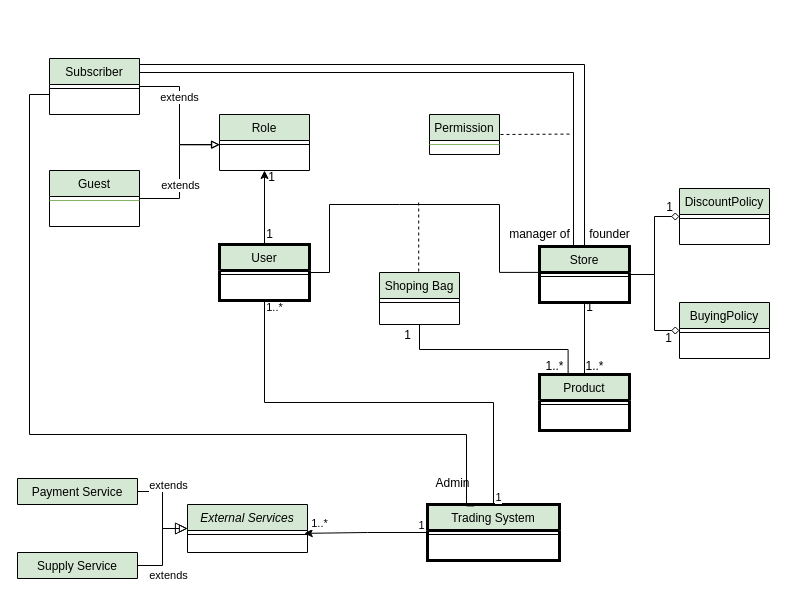
amitrub/Trading-System keeps this draw.io diagram as version_0/Split_Parts/WhiteDiagram/WhiteDiagram.drawio. Above is the earlier version. Source tidied: cells renumbered, new cells numbered last; positions are measured from the earlier drawing's top-left corner, leaving out a move shared by most shapes. Both pictures are drawn from the tidied source at 100%, with x=0, y=0 at pixel (17, 58).
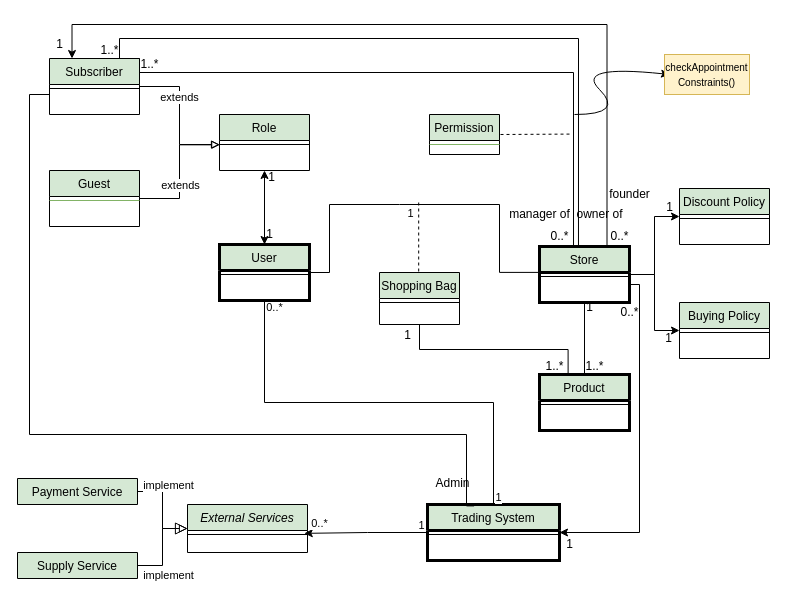
Above is the later version.

Unchanged cells that the change refers to:
```xml
<mxCell id="9" value="Trading System" style="swimlane;fontStyle=0;align=center;verticalAlign=top;horizontal=1;startSize=26;rounded=0;shadow=0;strokeWidth=3;fillColor=#d5e8d4;" parent="1" vertex="1">
  <mxGeometry x="410" y="446" width="132" height="56" as="geometry" />
</mxCell>
<mxCell id="11" style="edgeStyle=orthogonalEdgeStyle;rounded=0;jettySize=auto;html=1;exitX=0;exitY=0.5;exitDx=0;exitDy=0;entryX=0.973;entryY=0.357;entryDx=0;entryDy=0;entryPerimeter=0;" parent="1" edge="1" source="9" target="4">
  <mxGeometry relative="1" as="geometry" />
</mxCell>
<mxCell id="17" value="Store" style="swimlane;fontStyle=0;align=center;verticalAlign=top;horizontal=1;startSize=26;rounded=0;shadow=0;strokeWidth=3;fillColor=#d5e8d4;" parent="1" vertex="1">
  <mxGeometry x="522" y="188" width="90" height="56" as="geometry" />
</mxCell>
<mxCell id="19" value="Role" style="swimlane;fontStyle=0;align=center;verticalAlign=top;horizontal=1;startSize=26;rounded=0;shadow=0;strokeWidth=1;fillColor=#d5e8d4;" parent="1" vertex="1">
  <mxGeometry x="202" y="56" width="90" height="56" as="geometry" />
</mxCell>
<mxCell id="22" style="edgeStyle=orthogonalEdgeStyle;rounded=0;jettySize=auto;html=1;exitX=0.5;exitY=1;exitDx=0;exitDy=0;entryX=0.5;entryY=0;entryDx=0;entryDy=0;endArrow=none;endFill=0;" parent="1" edge="1" source="26" target="9">
  <mxGeometry relative="1" as="geometry" />
</mxCell>
<mxCell id="25" style="edgeStyle=orthogonalEdgeStyle;rounded=0;jettySize=auto;html=1;exitX=1;exitY=0.5;exitDx=0;exitDy=0;entryX=0.035;entryY=-0.013;entryDx=0;entryDy=0;entryPerimeter=0;endArrow=none;endFill=0;" parent="1" edge="1" source="26" target="18">
  <mxGeometry relative="1" as="geometry">
    <Array as="points">
      <mxPoint x="312" y="214" />
      <mxPoint x="312" y="146" />
      <mxPoint x="382" y="146" />
      <mxPoint x="482" y="146" />
      <mxPoint x="482" y="214" />
    </Array>
  </mxGeometry>
</mxCell>
<mxCell id="26" value="User" style="swimlane;fontStyle=0;align=center;verticalAlign=top;horizontal=1;startSize=26;rounded=0;shadow=0;strokeWidth=3;fillColor=#d5e8d4;" parent="1" vertex="1">
  <mxGeometry x="202" y="186" width="90" height="56" as="geometry" />
</mxCell>
<mxCell id="30" style="edgeStyle=orthogonalEdgeStyle;rounded=0;jettySize=auto;html=1;exitX=1;exitY=0.5;exitDx=0;exitDy=0;entryX=0;entryY=0.5;entryDx=0;entryDy=0;entryPerimeter=0;endArrow=block;endFill=0;" parent="1" edge="1" source="38" target="20">
  <mxGeometry relative="1" as="geometry" />
</mxCell>
<mxCell id="38" value="Subscriber" style="swimlane;fontStyle=0;align=center;verticalAlign=top;horizontal=1;startSize=26;rounded=0;shadow=0;strokeWidth=1;fillColor=#d5e8d4;" parent="1" vertex="1">
  <mxGeometry x="32" width="90" height="56" as="geometry" />
</mxCell>
```

Change to the diagram source:
```diff
@@
-    <mxCell id="13" value="1..*" style="edgeLabel;html=1;align=center;verticalAlign=middle;" parent="11" vertex="1">
+    <mxCell id="13" value="0..*" style="edgeLabel;html=1;align=center;verticalAlign=middle;" parent="11" vertex="1">
       <mxGeometry x="0.76" y="-5" relative="1" as="geometry">
         <mxPoint y="-4.9" as="offset" />
       </mxGeometry>
     </mxCell>
-    <mxCell id="14" style="edgeStyle=orthogonalEdgeStyle;rounded=0;jettySize=auto;html=1;exitX=1;exitY=0.5;exitDx=0;exitDy=0;entryX=0;entryY=0.5;entryDx=0;entryDy=0;endArrow=diamond;endFill=0;" parent="1" edge="1" source="17" target="45">
+    <mxCell id="14" style="edgeStyle=orthogonalEdgeStyle;rounded=0;jettySize=auto;html=1;exitX=1;exitY=0.5;exitDx=0;exitDy=0;entryX=0;entryY=0.5;entryDx=0;entryDy=0;endArrow=classic;endFill=1;" parent="1" edge="1" source="17" target="45">
       <mxGeometry relative="1" as="geometry" />
     </mxCell>
-    <mxCell id="15" style="edgeStyle=orthogonalEdgeStyle;rounded=0;jettySize=auto;html=1;exitX=1;exitY=0.5;exitDx=0;exitDy=0;entryX=0;entryY=0.5;entryDx=0;entryDy=0;endArrow=diamond;endFill=0;" parent="1" edge="1" source="17" target="43">
+    <mxCell id="15" style="edgeStyle=orthogonalEdgeStyle;rounded=0;jettySize=auto;html=1;exitX=1;exitY=0.5;exitDx=0;exitDy=0;entryX=0;entryY=0.5;entryDx=0;entryDy=0;endArrow=classic;endFill=1;" parent="1" edge="1" source="17" target="43">
       <mxGeometry relative="1" as="geometry" />
     </mxCell>
@@
+    <mxCell id="64" style="edgeStyle=orthogonalEdgeStyle;rounded=0;jettySize=auto;html=1;exitX=1;exitY=1;exitDx=0;exitDy=0;entryX=1;entryY=0.5;entryDx=0;entryDy=0;endArrow=classic;endFill=1;" parent="1" edge="1" source="17" target="9">
+      <mxGeometry relative="1" as="geometry">
+        <Array as="points">
+          <mxPoint x="612" y="226" />
+          <mxPoint x="622" y="226" />
+          <mxPoint x="622" y="474" />
+        </Array>
+      </mxGeometry>
+    </mxCell>
+    <mxCell id="65" style="edgeStyle=orthogonalEdgeStyle;rounded=0;jettySize=auto;html=1;exitX=0.75;exitY=0;exitDx=0;exitDy=0;entryX=0.25;entryY=0;entryDx=0;entryDy=0;endArrow=classic;endFill=1;" parent="1" edge="1" source="17" target="38">
+      <mxGeometry relative="1" as="geometry">
+        <Array as="points">
+          <mxPoint x="590" y="-34" />
+          <mxPoint x="55" y="-34" />
+        </Array>
+      </mxGeometry>
+    </mxCell>
@@
-    <mxCell id="21" style="edgeStyle=orthogonalEdgeStyle;rounded=0;jettySize=auto;html=1;exitX=0.5;exitY=0;exitDx=0;exitDy=0;entryX=0.5;entryY=1;entryDx=0;entryDy=0;" parent="1" edge="1" source="26" target="19">
+    <mxCell id="21" style="edgeStyle=orthogonalEdgeStyle;rounded=0;jettySize=auto;html=1;exitX=0.5;exitY=0;exitDx=0;exitDy=0;entryX=0.5;entryY=1;entryDx=0;entryDy=0;startArrow=classic;startFill=1;" parent="1" edge="1" source="26" target="19">
       <mxGeometry relative="1" as="geometry" />
     </mxCell>
@@
-    <mxCell id="23" value="1..*" style="edgeLabel;html=1;align=center;verticalAlign=middle;" parent="22" vertex="1">
+    <mxCell id="23" value="0..*" style="edgeLabel;html=1;align=center;verticalAlign=middle;" parent="22" vertex="1">
       <mxGeometry x="-0.97" relative="1" as="geometry">
         <mxPoint x="9" as="offset" />
       </mxGeometry>
     </mxCell>
@@
+    <mxCell id="66" value="1" style="edgeLabel;html=1;align=center;verticalAlign=middle;" parent="25" vertex="1">
+      <mxGeometry x="-0.09" y="-8" relative="1" as="geometry">
+        <mxPoint x="0.7" as="offset" />
+      </mxGeometry>
+    </mxCell>
@@
-    <mxCell id="33" value="extends" style="edgeLabel;html=1;align=center;verticalAlign=middle;" parent="30" vertex="1">
+    <mxCell id="33" value="implement" style="edgeLabel;html=1;align=center;verticalAlign=middle;" parent="30" vertex="1">
       <mxGeometry x="-0.28" y="-1" relative="1" as="geometry">
         <mxPoint x="-11" y="478" as="offset" />
       </mxGeometry>
     </mxCell>
-    <mxCell id="34" value="extends" style="edgeLabel;html=1;align=center;verticalAlign=middle;" parent="30" vertex="1">
+    <mxCell id="34" value="implement" style="edgeLabel;html=1;align=center;verticalAlign=middle;" parent="30" vertex="1">
       <mxGeometry x="-0.28" y="-1" relative="1" as="geometry">
         <mxPoint x="-11" y="388" as="offset" />
       </mxGeometry>
     </mxCell>
@@
-    <mxCell id="37" style="edgeStyle=orthogonalEdgeStyle;rounded=0;jettySize=auto;html=1;exitX=1;exitY=0;exitDx=0;exitDy=0;entryX=0.5;entryY=0;entryDx=0;entryDy=0;endArrow=none;endFill=0;" parent="1" edge="1" source="38" target="17">
-      <mxGeometry relative="1" as="geometry">
-        <Array as="points">
-          <mxPoint x="122" y="6" />
-          <mxPoint x="567" y="6" />
-        </Array>
-      </mxGeometry>
-    </mxCell>
@@
-    <mxCell id="43" value="BuyingPolicy" style="swimlane;fontStyle=0;align=center;verticalAlign=top;horizontal=1;startSize=26;rounded=0;shadow=0;strokeWidth=1;fillColor=#d5e8d4;" parent="1" vertex="1">
+    <mxCell id="43" value="Buying Policy" style="swimlane;fontStyle=0;align=center;verticalAlign=top;horizontal=1;startSize=26;rounded=0;shadow=0;strokeWidth=1;fillColor=#d5e8d4;" parent="1" vertex="1">
       <mxGeometry x="662" y="244" width="90" height="56" as="geometry" />
     </mxCell>
@@
-    <mxCell id="45" value="DiscountPolicy" style="swimlane;fontStyle=0;align=center;verticalAlign=top;horizontal=1;startSize=26;rounded=0;shadow=0;strokeWidth=1;fillColor=#d5e8d4;" parent="1" vertex="1">
+    <mxCell id="45" value="Discount Policy" style="swimlane;fontStyle=0;align=center;verticalAlign=top;horizontal=1;startSize=26;rounded=0;shadow=0;strokeWidth=1;fillColor=#d5e8d4;" parent="1" vertex="1">
       <mxGeometry x="662" y="130" width="90" height="56" as="geometry" />
     </mxCell>
@@
     <mxCell id="49" value="manager of" style="text;html=1;align=center;verticalAlign=middle;" parent="1" vertex="1">
-      <mxGeometry x="482" y="166" width="80" height="20" as="geometry" />
+      <mxGeometry x="482" y="146" width="80" height="20" as="geometry" />
     </mxCell>
-    <mxCell id="50" value="founder" style="text;html=1;align=center;verticalAlign=middle;" parent="1" vertex="1">
-      <mxGeometry x="562" y="166" width="60" height="20" as="geometry" />
+    <mxCell id="50" value="owner of" style="text;html=1;align=center;verticalAlign=middle;" parent="1" vertex="1">
+      <mxGeometry x="552" y="146" width="60" height="20" as="geometry" />
     </mxCell>
@@
-    <mxCell id="57" value="Shoping Bag" style="swimlane;fontStyle=0;align=center;verticalAlign=top;horizontal=1;startSize=26;rounded=0;shadow=0;strokeWidth=1;fillColor=#d5e8d4;" parent="1" vertex="1">
+    <mxCell id="57" value="Shopping Bag" style="swimlane;fontStyle=0;align=center;verticalAlign=top;horizontal=1;startSize=26;rounded=0;shadow=0;strokeWidth=1;fillColor=#d5e8d4;" parent="1" vertex="1">
       <mxGeometry x="362" y="214" width="80" height="52" as="geometry" />
     </mxCell>
@@
+    <mxCell id="37" style="edgeStyle=orthogonalEdgeStyle;rounded=0;jettySize=auto;html=1;exitX=1;exitY=0;exitDx=0;exitDy=0;endArrow=none;endFill=0;entryX=0.433;entryY=-0.015;entryDx=0;entryDy=0;entryPerimeter=0;" parent="1" edge="1" source="38" target="17">
+      <mxGeometry relative="1" as="geometry">
+        <Array as="points">
+          <mxPoint x="102" />
+          <mxPoint x="102" y="-20" />
+          <mxPoint x="561" y="-20" />
+        </Array>
+      </mxGeometry>
+    </mxCell>
+    <mxCell id="67" value="0..*" style="text;html=1;align=center;verticalAlign=middle;" parent="1" vertex="1">
+      <mxGeometry x="527" y="168" width="30" height="20" as="geometry" />
+    </mxCell>
+    <mxCell id="68" value="1..*" style="text;html=1;align=center;verticalAlign=middle;" parent="1" vertex="1">
+      <mxGeometry x="117" y="-4" width="30" height="20" as="geometry" />
+    </mxCell>
+    <mxCell id="69" value="1..*" style="text;html=1;align=center;verticalAlign=middle;" parent="1" vertex="1">
+      <mxGeometry x="77" y="-18" width="30" height="20" as="geometry" />
+    </mxCell>
+    <mxCell id="70" value="founder" style="text;html=1;align=center;verticalAlign=middle;" parent="1" vertex="1">
+      <mxGeometry x="582" y="126" width="60" height="20" as="geometry" />
+    </mxCell>
+    <mxCell id="71" value="1" style="text;html=1;align=center;verticalAlign=middle;" parent="1" vertex="1">
+      <mxGeometry x="32" y="-24" width="20" height="20" as="geometry" />
+    </mxCell>
+    <mxCell id="72" value="0..*" style="text;html=1;align=center;verticalAlign=middle;" parent="1" vertex="1">
+      <mxGeometry x="587" y="168" width="30" height="20" as="geometry" />
+    </mxCell>
+    <mxCell id="73" value="1" style="text;html=1;align=center;verticalAlign=middle;" parent="1" vertex="1">
+      <mxGeometry x="542" y="476" width="20" height="20" as="geometry" />
+    </mxCell>
+    <mxCell id="74" value="0..*" style="text;html=1;align=center;verticalAlign=middle;" parent="1" vertex="1">
+      <mxGeometry x="597" y="244" width="30" height="20" as="geometry" />
+    </mxCell>
+    <mxCell id="75" style="curved=1;endArrow=classic;html=1;" parent="1" edge="1">
+      <mxGeometry relative="1" as="geometry">
+        <mxPoint x="557" y="56" as="sourcePoint" />
+        <mxPoint x="652" y="16" as="targetPoint" />
+        <Array as="points">
+          <mxPoint x="607" y="56" />
+          <mxPoint x="557" y="6" />
+        </Array>
+      </mxGeometry>
+    </mxCell>
+    <mxCell id="76" value="&lt;font style=&quot;font-size: 10px&quot;&gt;checkAppointment&lt;br&gt;Constraints()&lt;/font&gt;" style="rounded=0;whiteSpace=wrap;html=1;fillColor=#fff2cc;strokeColor=#d6b656;" parent="1" vertex="1">
+      <mxGeometry x="647" y="-4" width="85" height="40" as="geometry" />
+    </mxCell>
```
